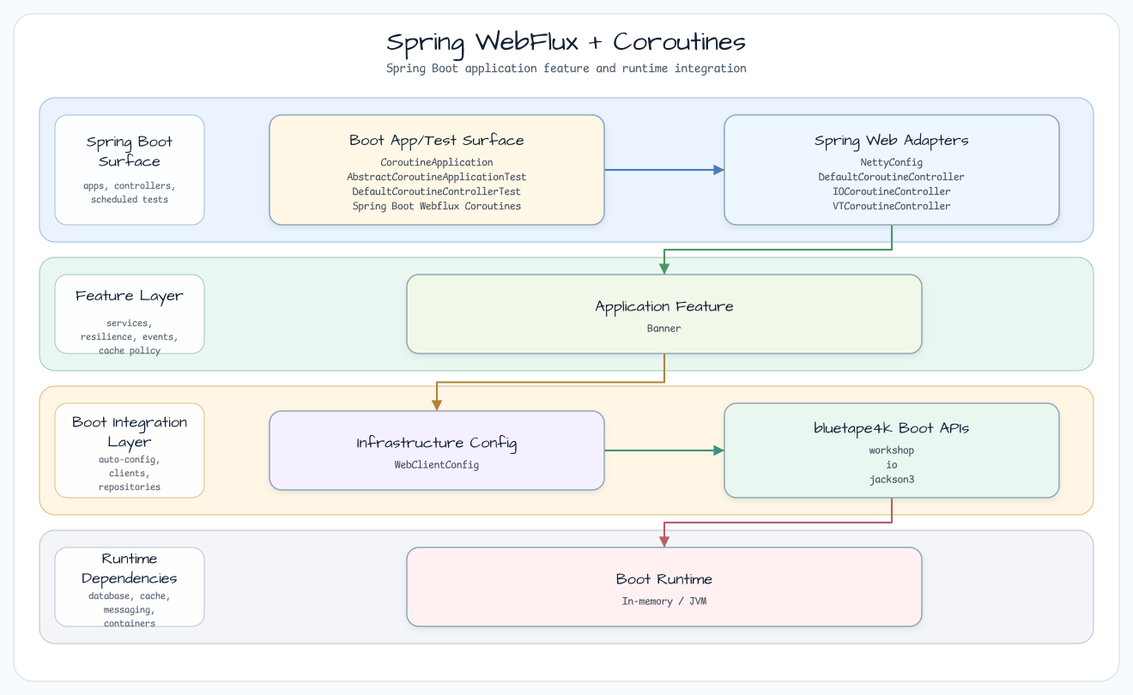
Before: docs/images/readme-diagrams/spring-boot-webflux-coroutines-readme-architecture-01.png, a diagram exported from Graphviz (bluetape4k/bluetape4k-workshop). Its source is kept beside it as docs/images/readme-diagrams/spring-boot-webflux-coroutines-readme-architecture-01.dot.
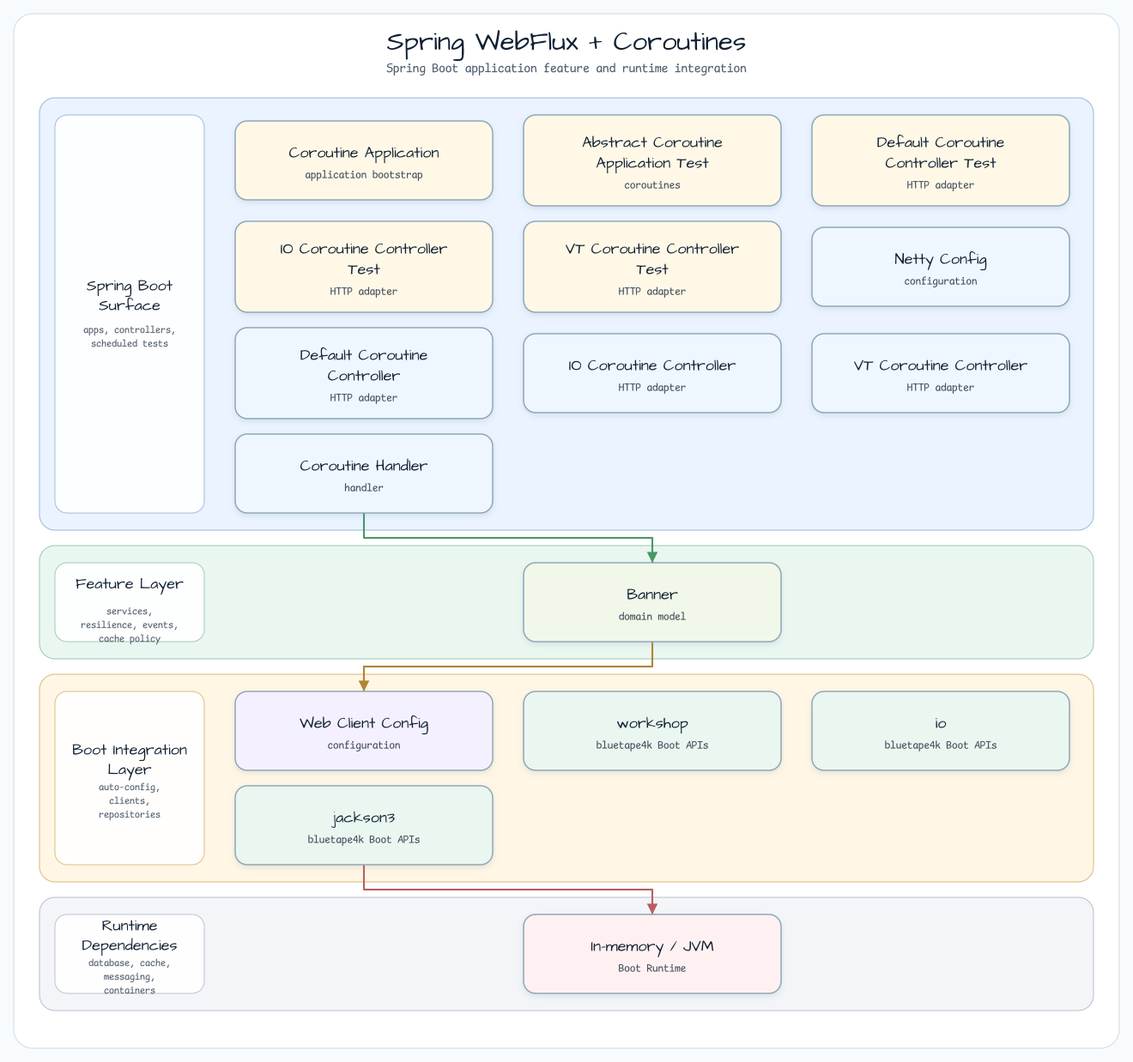
Later version of the same file.

What changed in the source:
```diff
@@ -26,16 +26,24 @@
     fontsize=11
   ];
 
-  entry [label="Boot App/Test Surface\nCoroutineApplication\nAbstractCoroutineApplicationTest\nDefaultCoroutineControllerTest\nSpring Boot Webflux Coroutines", fillcolor="#FFF8E7"];
-  api [label="Spring Web Adapters\nNettyConfig\nDefaultCoroutineController\nIOCoroutineController\nVTCoroutineController", fillcolor="#EEF7FF"];
-  service [label="Application Feature\nBanner", fillcolor="#F1F8E9"];
-  infra [label="Infrastructure Config\nWebClientConfig", fillcolor="#F5F0FF"];
-  bt [label="bluetape4k Boot APIs\nworkshop\nio\njackson3", fillcolor="#EAF7F0"];
-  runtime [label="Boot Runtime\nIn-memory / JVM", fillcolor="#FFF1F1"];
+  entry0 [label="Coroutine Application\napplication bootstrap", fillcolor="#FFF8E7"];
+  entry1 [label="Abstract Coroutine Application Test\ncoroutines", fillcolor="#FFF8E7"];
+  entry2 [label="Default Coroutine Controller Test\nHTTP adapter", fillcolor="#FFF8E7"];
+  entry3 [label="IO Coroutine Controller Test\nHTTP adapter", fillcolor="#FFF8E7"];
+  entry4 [label="VT Coroutine Controller Test\nHTTP adapter", fillcolor="#FFF8E7"];
+  api0 [label="Netty Config\nconfiguration", fillcolor="#EEF7FF"];
+  api1 [label="Default Coroutine Controller\nHTTP adapter", fillcolor="#EEF7FF"];
+  api2 [label="IO Coroutine Controller\nHTTP adapter", fillcolor="#EEF7FF"];
+  api3 [label="VT Coroutine Controller\nHTTP adapter", fillcolor="#EEF7FF"];
+  api4 [label="Coroutine Handler\nhandler", fillcolor="#EEF7FF"];
+  service0 [label="Banner\ndomain model", fillcolor="#F1F8E9"];
+  infra0 [label="Web Client Config\nconfiguration", fillcolor="#F5F0FF"];
+  bt0 [label="workshop\nbluetape4k Boot APIs", fillcolor="#EAF7F0"];
+  bt1 [label="io\nbluetape4k Boot APIs", fillcolor="#EAF7F0"];
+  bt2 [label="jackson3\nbluetape4k Boot APIs", fillcolor="#EAF7F0"];
+  runtime0 [label="In-memory / JVM\nBoot Runtime", fillcolor="#FFF1F1"];
 
-  entry -> api [label="invokes"];
-  api -> service [label="delegates"];
-  service -> infra [label="persists / publishes"];
-  infra -> bt [label="extends"];
-  bt -> runtime [label="adapts"];
+  api4 -> service0 [label="delegates"];
+  service0 -> infra0 [label="persists / publishes"];
+  bt2 -> runtime0 [label="adapts"];
 }
```
